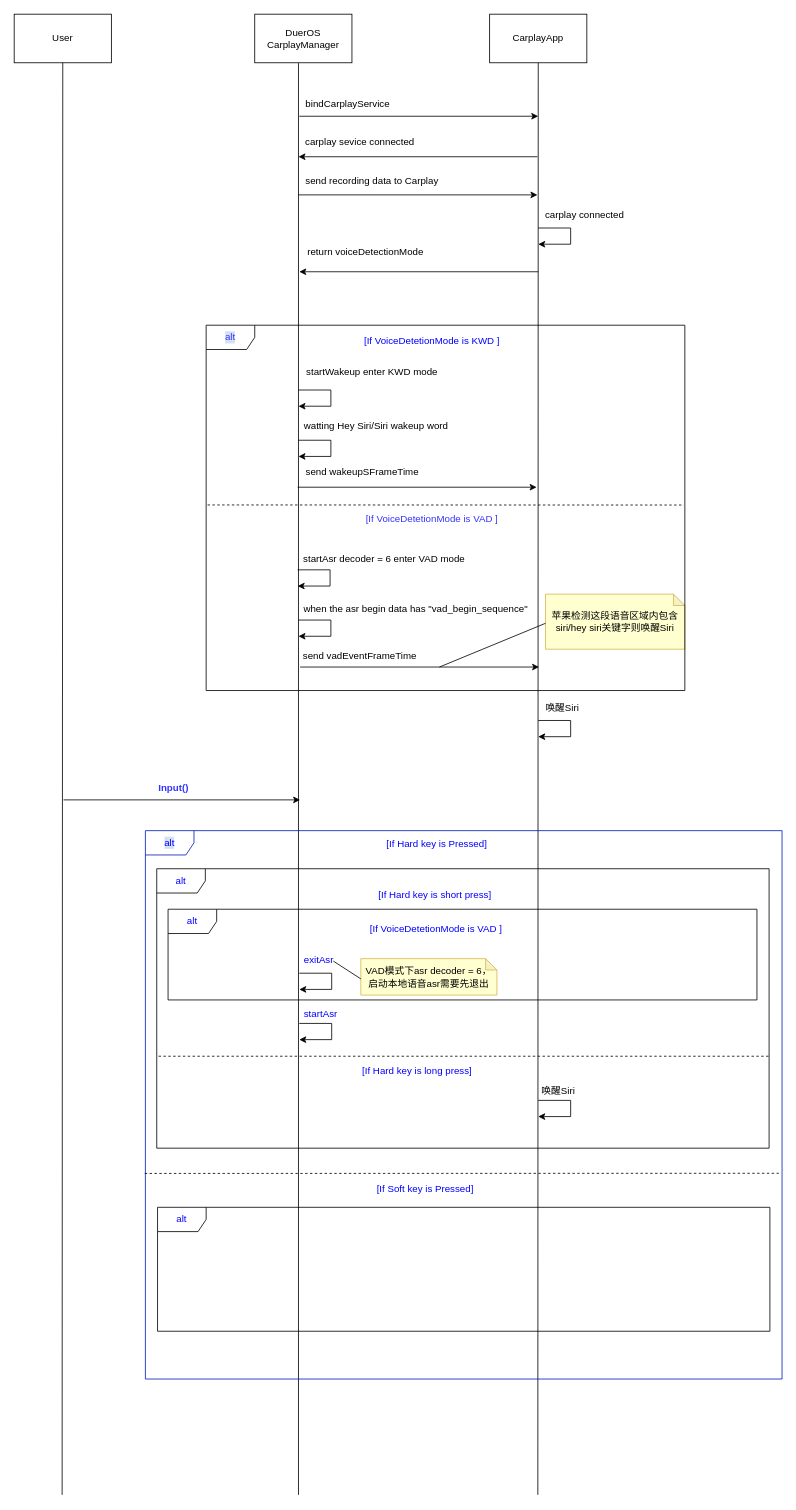
This is page "carplay连接" (12 of 13) of 未命名绘图.drawio from songlongGithub/CustomDemo, a draw.io file, before an edit. Source tidied: cells renumbered, new cells numbered last; positions are measured from the earlier drawing's top-left corner, leaving out a move shared by most shapes. Both pictures are drawn from the tidied source at 81%, with x=0, y=0 at pixel (14, 14).
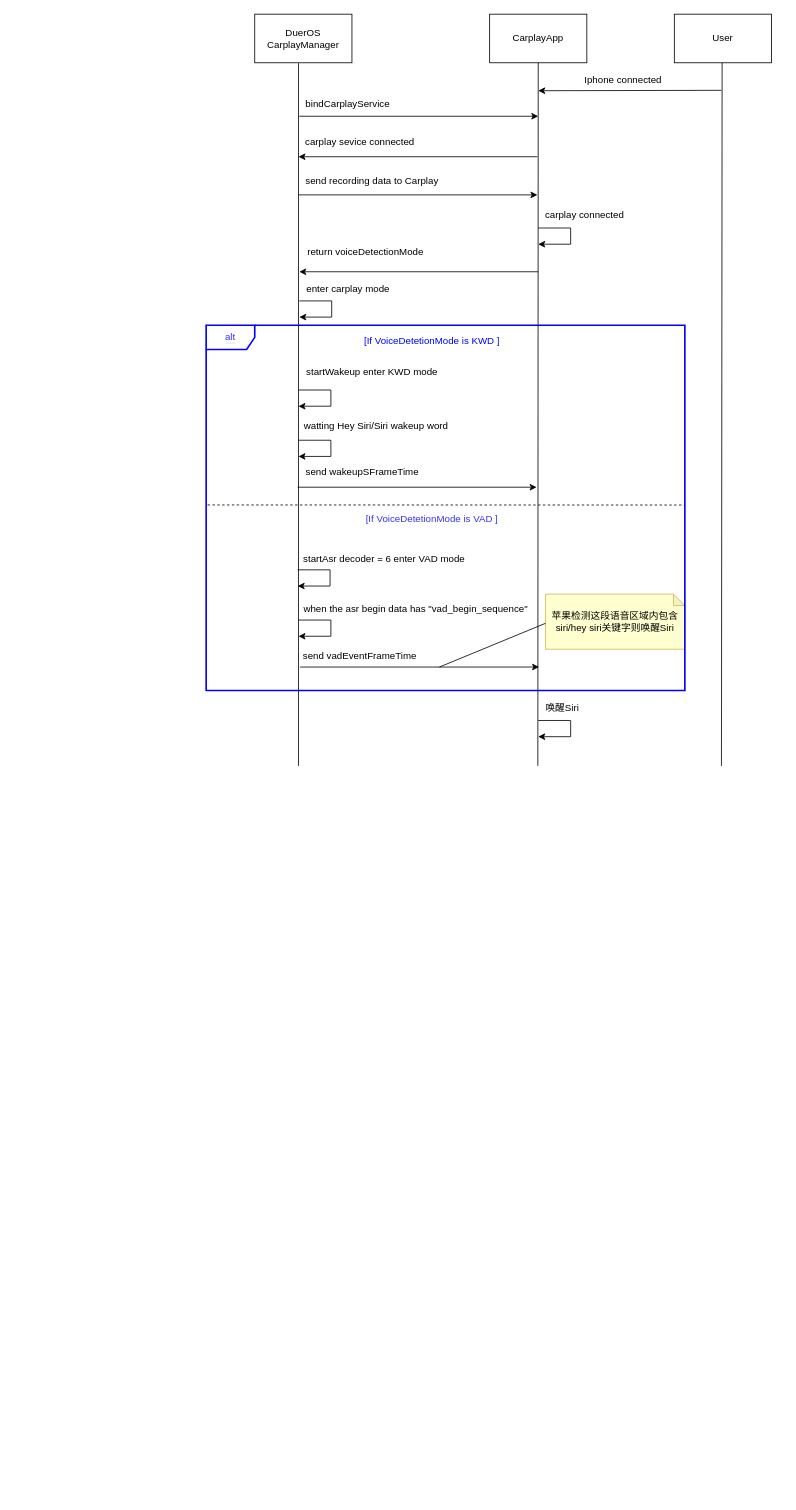
Above is the later version.

Commit message:
更新未命名绘图.drawio

The change refers to these unchanged cells:
```xml
<mxCell id="2" value="DuerOS&lt;br&gt;CarplayManager" style="rounded=0;whiteSpace=wrap;html=1;" parent="1" vertex="1">
  <mxGeometry x="297" width="120" height="60" as="geometry" />
</mxCell>
<mxCell id="3" value="CarplayApp" style="rounded=0;whiteSpace=wrap;html=1;" parent="1" vertex="1">
  <mxGeometry x="587" width="120" height="60" as="geometry" />
</mxCell>
```

Change to the diagram source:
```diff
@@
     <mxCell id="4" style="endArrow=none;html=1;rounded=0;entryX=0.45;entryY=1.008;entryDx=0;entryDy=0;entryPerimeter=0;" parent="1" edge="1" target="2">
       <mxGeometry relative="1" as="geometry">
-        <mxPoint x="351" y="1828" as="sourcePoint" />
+        <mxPoint x="351" y="928" as="sourcePoint" />
       </mxGeometry>
     </mxCell>
     <mxCell id="5" style="endArrow=none;html=1;rounded=0;" parent="1" edge="1" target="3">
       <mxGeometry relative="1" as="geometry">
-        <mxPoint x="646.5" y="1828" as="sourcePoint" />
+        <mxPoint x="646.5" y="928" as="sourcePoint" />
       </mxGeometry>
     </mxCell>
@@
     <mxCell id="16" value="User" style="rounded=0;whiteSpace=wrap;html=1;" parent="1" vertex="1">
-      <mxGeometry width="120" height="60" as="geometry" />
+      <mxGeometry x="815" width="120" height="60" as="geometry" />
     </mxCell>
-    <mxCell id="17" style="endArrow=none;html=1;rounded=0;" parent="1" edge="1" target="16">
+    <mxCell id="17" style="endArrow=none;html=1;rounded=0;" parent="1" edge="1">
       <mxGeometry relative="1" as="geometry">
-        <mxPoint x="59.2" y="1828" as="sourcePoint" />
+        <mxPoint x="873.2" y="928" as="sourcePoint" />
+        <mxPoint x="874" y="60" as="targetPoint" />
       </mxGeometry>
     </mxCell>
@@
-    <mxCell id="36" value="alt" style="shape=umlFrame;whiteSpace=wrap;html=1;rounded=0;shadow=0;labelBackgroundColor=#D4E1F5;sketch=0;strokeWidth=1;fontColor=#3333FF;gradientColor=none;" parent="1" vertex="1">
+    <mxCell id="36" value="&lt;span style=&quot;background-color: rgb(255, 255, 255);&quot;&gt;alt&lt;/span&gt;" style="shape=umlFrame;whiteSpace=wrap;html=1;rounded=0;shadow=0;labelBackgroundColor=#D4E1F5;sketch=0;strokeWidth=2;fontColor=#3333FF;gradientColor=none;strokeColor=#0000FF;" parent="1" vertex="1">
       <mxGeometry x="237" y="384" width="591" height="451" as="geometry" />
     </mxCell>
@@
-    <mxCell id="38" style="endArrow=classic;html=1;rounded=0;fontColor=#3333FF;" parent="1" edge="1">
-      <mxGeometry relative="1" as="geometry">
-        <mxPoint x="61" y="970" as="sourcePoint" />
-        <mxPoint x="353" y="970" as="targetPoint" />
-      </mxGeometry>
-    </mxCell>
-    <mxCell id="39" value="Input()" style="text;align=center;fontStyle=1;verticalAlign=middle;spacingLeft=3;spacingRight=3;strokeColor=none;fontColor=#3333FF;" parent="1" vertex="1">
-      <mxGeometry x="157" y="941" width="80" height="26" as="geometry" />
-    </mxCell>
-    <mxCell id="40" value="&lt;font color=&quot;#0000ff&quot;&gt;alt&lt;/font&gt;" style="shape=umlFrame;whiteSpace=wrap;html=1;rounded=0;shadow=0;labelBackgroundColor=#D4E1F5;sketch=0;strokeWidth=1;fontColor=#ffffff;fillColor=none;strokeColor=#001DBC;" parent="1" vertex="1">
-      <mxGeometry x="162" y="1008" width="786" height="677" as="geometry" />
-    </mxCell>
-    <mxCell id="41" value="[If Hard key is Pressed]" style="text;strokeColor=none;fillColor=none;align=left;verticalAlign=top;spacingLeft=4;spacingRight=4;overflow=hidden;fontColor=#0000FF;" parent="1" vertex="1">
-      <mxGeometry x="454" y="1011" width="143" height="26" as="geometry" />
-    </mxCell>
-    <mxCell id="42" value="alt" style="shape=umlFrame;whiteSpace=wrap;html=1;rounded=0;shadow=0;labelBackgroundColor=none;sketch=0;strokeWidth=1;fontColor=#0000FF;fillColor=none;gradientColor=none;" parent="1" vertex="1">
-      <mxGeometry x="176" y="1055" width="756" height="345" as="geometry" />
-    </mxCell>
-    <mxCell id="43" value="[If Hard key is short press]" style="text;strokeColor=none;fillColor=none;align=left;verticalAlign=top;spacingLeft=4;spacingRight=4;overflow=hidden;fontColor=#0000FF;" parent="1" vertex="1">
-      <mxGeometry x="444" y="1074" width="153" height="24" as="geometry" />
-    </mxCell>
-    <mxCell id="44" value="alt" style="shape=umlFrame;whiteSpace=wrap;html=1;rounded=0;shadow=0;labelBackgroundColor=none;sketch=0;strokeWidth=1;fontColor=#0000FF;fillColor=none;gradientColor=none;" parent="1" vertex="1">
-      <mxGeometry x="190" y="1105" width="727" height="112" as="geometry" />
-    </mxCell>
-    <mxCell id="45" value="[If VoiceDetetionMode is VAD ]" style="text;strokeColor=none;fillColor=none;align=left;verticalAlign=top;spacingLeft=4;spacingRight=4;overflow=hidden;fontColor=#0000FF;" parent="1" vertex="1">
-      <mxGeometry x="433.5" y="1115" width="174" height="24" as="geometry" />
-    </mxCell>
-    <mxCell id="46" style="endArrow=classic;html=1;rounded=0;" parent="1" edge="1">
-      <mxGeometry relative="1" as="geometry">
-        <mxPoint x="352" y="1184" as="sourcePoint" />
-        <mxPoint x="352" y="1204" as="targetPoint" />
-        <Array as="points">
-          <mxPoint x="392" y="1184" />
-          <mxPoint x="392" y="1204" />
-        </Array>
-      </mxGeometry>
-    </mxCell>
-    <mxCell id="47" value="exitAsr" style="text;strokeColor=none;fillColor=none;align=left;verticalAlign=top;spacingLeft=4;spacingRight=4;overflow=hidden;fontColor=#0000FF;" parent="1" vertex="1">
-      <mxGeometry x="352" y="1154" width="49" height="24" as="geometry" />
-    </mxCell>
-    <mxCell id="48" style="endArrow=classic;html=1;rounded=0;" parent="1" edge="1">
-      <mxGeometry relative="1" as="geometry">
-        <mxPoint x="352" y="1246" as="sourcePoint" />
-        <mxPoint x="352" y="1266" as="targetPoint" />
-        <Array as="points">
-          <mxPoint x="392" y="1246" />
-          <mxPoint x="392" y="1266" />
-        </Array>
-      </mxGeometry>
-    </mxCell>
-    <mxCell id="49" value="VAD模式下asr decoder = 6，启动本地语音asr需要先退出" style="shape=note;whiteSpace=wrap;html=1;backgroundOutline=1;darkOpacity=0.05;rounded=0;shadow=0;sketch=0;fillColor=#ffffcf;strokeColor=#d6b656;size=14;" parent="1" vertex="1">
-      <mxGeometry x="428" y="1166" width="168" height="45" as="geometry" />
-    </mxCell>
-    <mxCell id="50" style="endArrow=none;html=1;rounded=0;fontColor=#0000FF;" parent="1" edge="1">
-      <mxGeometry relative="1" as="geometry">
-        <mxPoint x="394" y="1169" as="sourcePoint" />
-        <mxPoint x="428" y="1191" as="targetPoint" />
-      </mxGeometry>
-    </mxCell>
-    <mxCell id="51" value="startAsr" style="text;strokeColor=none;fillColor=none;align=left;verticalAlign=top;spacingLeft=4;spacingRight=4;overflow=hidden;fontColor=#0000FF;" parent="1" vertex="1">
-      <mxGeometry x="352" y="1220" width="56" height="24" as="geometry" />
-    </mxCell>
-    <mxCell id="52" style="endArrow=none;dashed=1;html=1;rounded=0;fontColor=#0000FF;entryX=1;entryY=0.671;entryDx=0;entryDy=0;entryPerimeter=0;exitX=0.003;exitY=0.671;exitDx=0;exitDy=0;exitPerimeter=0;" parent="1" edge="1" source="42" target="42">
-      <mxGeometry relative="1" as="geometry" />
-    </mxCell>
-    <mxCell id="53" value="[If Hard key is long press]" style="text;strokeColor=none;fillColor=none;align=left;verticalAlign=top;spacingLeft=4;spacingRight=4;overflow=hidden;fontColor=#0000FF;" parent="1" vertex="1">
-      <mxGeometry x="424" y="1291" width="153" height="24" as="geometry" />
-    </mxCell>
-    <mxCell id="54" style="endArrow=classic;html=1;rounded=0;" parent="1" edge="1">
-      <mxGeometry relative="1" as="geometry">
-        <mxPoint x="647" y="1341" as="sourcePoint" />
-        <mxPoint x="647" y="1361" as="targetPoint" />
-        <Array as="points">
-          <mxPoint x="687" y="1341" />
-          <mxPoint x="687" y="1361" />
-        </Array>
-      </mxGeometry>
-    </mxCell>
-    <mxCell id="55" value="唤醒Siri" style="text;html=1;strokeColor=none;fillColor=none;align=center;verticalAlign=middle;whiteSpace=wrap;rounded=0;" parent="1" vertex="1">
-      <mxGeometry x="642" y="1315" width="60" height="30" as="geometry" />
-    </mxCell>
-    <mxCell id="56" style="endArrow=none;dashed=1;html=1;rounded=0;fontColor=#0000FF;exitX=-0.001;exitY=0.73;exitDx=0;exitDy=0;exitPerimeter=0;" parent="1" edge="1">
-      <mxGeometry relative="1" as="geometry">
-        <mxPoint x="161.2" y="1431.2" as="sourcePoint" />
-        <mxPoint x="944" y="1431" as="targetPoint" />
-      </mxGeometry>
-    </mxCell>
-    <mxCell id="57" value="[If Soft key is Pressed]" style="text;strokeColor=none;fillColor=none;align=left;verticalAlign=top;spacingLeft=4;spacingRight=4;overflow=hidden;fontColor=#0000FF;" parent="1" vertex="1">
-      <mxGeometry x="442" y="1437" width="143" height="26" as="geometry" />
-    </mxCell>
-    <mxCell id="58" value="alt" style="shape=umlFrame;whiteSpace=wrap;html=1;rounded=0;shadow=0;labelBackgroundColor=none;sketch=0;strokeWidth=1;fontColor=#0000FF;fillColor=none;gradientColor=none;" parent="1" vertex="1">
-      <mxGeometry x="177" y="1473" width="756" height="153" as="geometry" />
-    </mxCell>
+    <mxCell id="59" style="endArrow=classic;html=1;rounded=0;" parent="1" edge="1">
+      <mxGeometry relative="1" as="geometry">
+        <mxPoint x="352" y="354" as="sourcePoint" />
+        <mxPoint x="352" y="374" as="targetPoint" />
+        <Array as="points">
+          <mxPoint x="392" y="354" />
+          <mxPoint x="392" y="374" />
+        </Array>
+      </mxGeometry>
+    </mxCell>
+    <mxCell id="60" value="enter carplay mode" style="text;html=1;strokeColor=none;fillColor=none;align=center;verticalAlign=middle;whiteSpace=wrap;rounded=0;" parent="1" vertex="1">
+      <mxGeometry x="346.5" y="321" width="131" height="38" as="geometry" />
+    </mxCell>
+    <mxCell id="61" style="endArrow=none;html=1;rounded=0;startArrow=classic;startFill=1;endFill=0;" parent="1" edge="1">
+      <mxGeometry relative="1" as="geometry">
+        <mxPoint x="647" y="94.5" as="sourcePoint" />
+        <mxPoint x="873" y="94" as="targetPoint" />
+      </mxGeometry>
+    </mxCell>
+    <mxCell id="62" value="Iphone connected" style="text;html=1;strokeColor=none;fillColor=none;align=center;verticalAlign=middle;whiteSpace=wrap;rounded=0;" parent="1" vertex="1">
+      <mxGeometry x="692" y="66" width="120" height="30" as="geometry" />
+    </mxCell>
```
